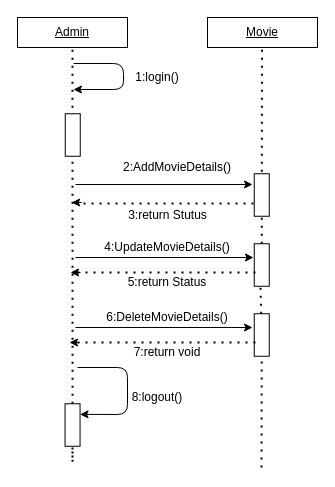
Earlier version of the draw.io diagram SD(Admin).drawio (omanshagrawal21/Movie-ticket). Source tidied: cells renumbered, new cells numbered last; positions are measured from the earlier drawing's top-left corner, leaving out a move shared by most shapes. Both pictures are drawn from the tidied source at 100%, with x=0, y=0 at pixel (17, 17).
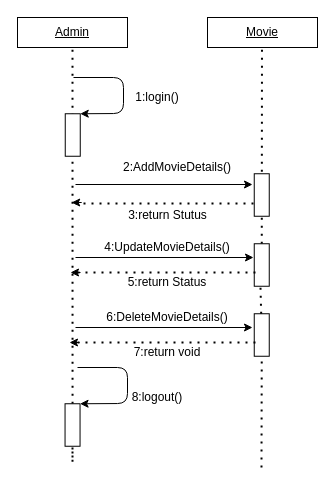
After the change.

The change refers to these unchanged cells:
```xml
<mxCell id="6" style="rounded=0;whiteSpace=wrap;html=1;rotation=90;" parent="1" vertex="1">
  <mxGeometry x="34" y="110" width="42.5" height="15" as="geometry" />
</mxCell>
<mxCell id="25" style="rounded=0;whiteSpace=wrap;html=1;rotation=90;" parent="1" vertex="1">
  <mxGeometry x="33.8" y="400" width="42.5" height="15" as="geometry" />
</mxCell>
```

What changed in the source:
```diff
@@
-    <mxCell id="12" style="endArrow=classic;html=1;" parent="1" edge="1">
+    <mxCell id="12" style="endArrow=classic;html=1;entryX=0;entryY=0;entryDx=0;entryDy=0;" parent="1" edge="1" target="6">
       <mxGeometry relative="1" as="geometry">
-        <mxPoint x="56" y="46" as="sourcePoint" />
-        <mxPoint x="56" y="72" as="targetPoint" />
+        <mxPoint x="56" y="60" as="sourcePoint" />
         <Array as="points">
-          <mxPoint x="106" y="46" />
-          <mxPoint x="106" y="72" />
+          <mxPoint x="106" y="60" />
+          <mxPoint x="106" y="96" />
         </Array>
       </mxGeometry>
     </mxCell>
@@
     <mxCell id="22" value="1:login()" style="text;html=1;strokeColor=none;fillColor=none;align=center;verticalAlign=middle;whiteSpace=wrap;rounded=0;" parent="1" vertex="1">
-      <mxGeometry x="110" y="50" width="60" height="20" as="geometry" />
+      <mxGeometry x="110" y="70" width="60" height="20" as="geometry" />
     </mxCell>
@@
-    <mxCell id="24" style="endArrow=classic;html=1;entryX=0.25;entryY=0;entryDx=0;entryDy=0;" parent="1" edge="1" target="25">
+    <mxCell id="24" style="endArrow=classic;html=1;entryX=0;entryY=0;entryDx=0;entryDy=0;" parent="1" edge="1" target="25">
       <mxGeometry relative="1" as="geometry">
         <mxPoint x="60" y="350" as="sourcePoint" />
         <Array as="points">
           <mxPoint x="110" y="350" />
-          <mxPoint x="110" y="397" />
+          <mxPoint x="110" y="386" />
         </Array>
       </mxGeometry>
     </mxCell>
```
